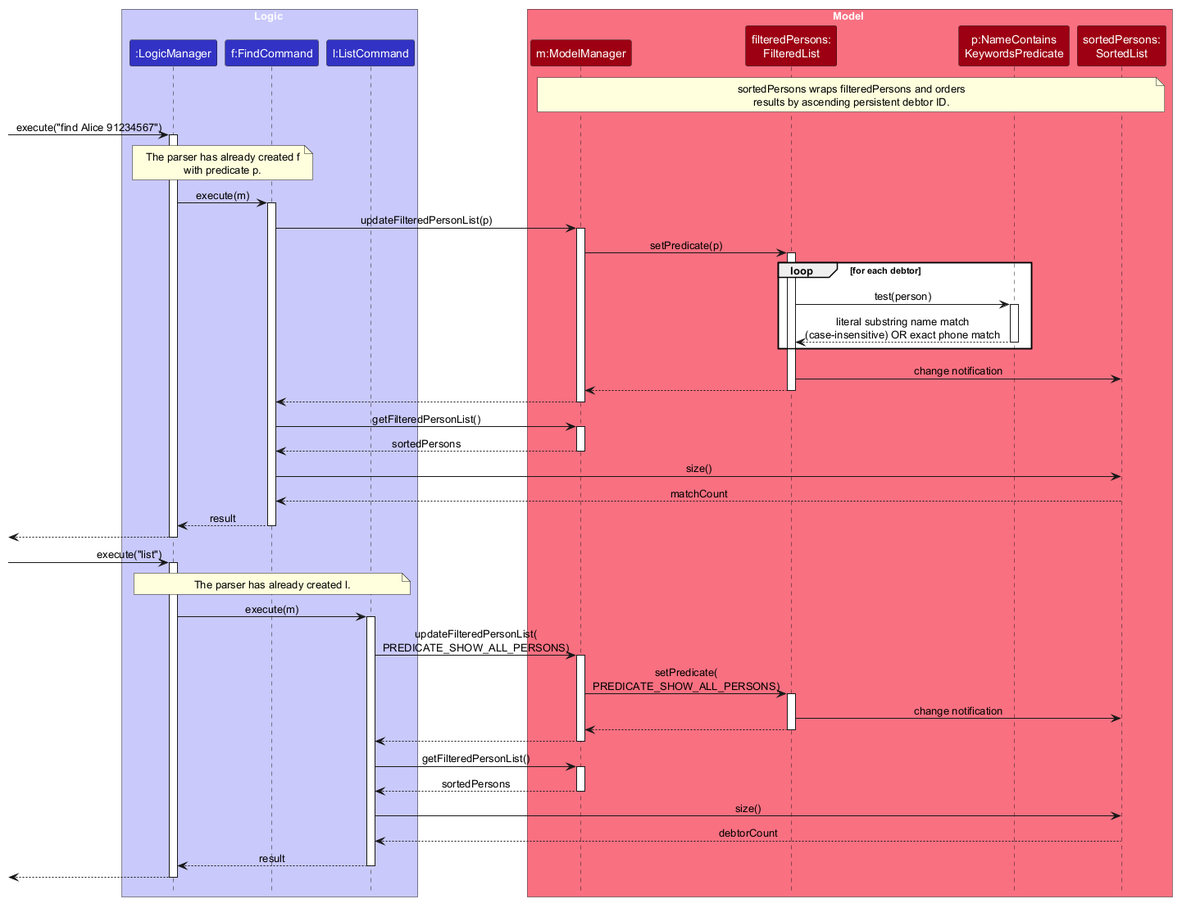
The PlantUML diagram docs/images/FindListSequenceDiagram.png in AY2627S1-CS2103T-F08-1/tp, before a commit.
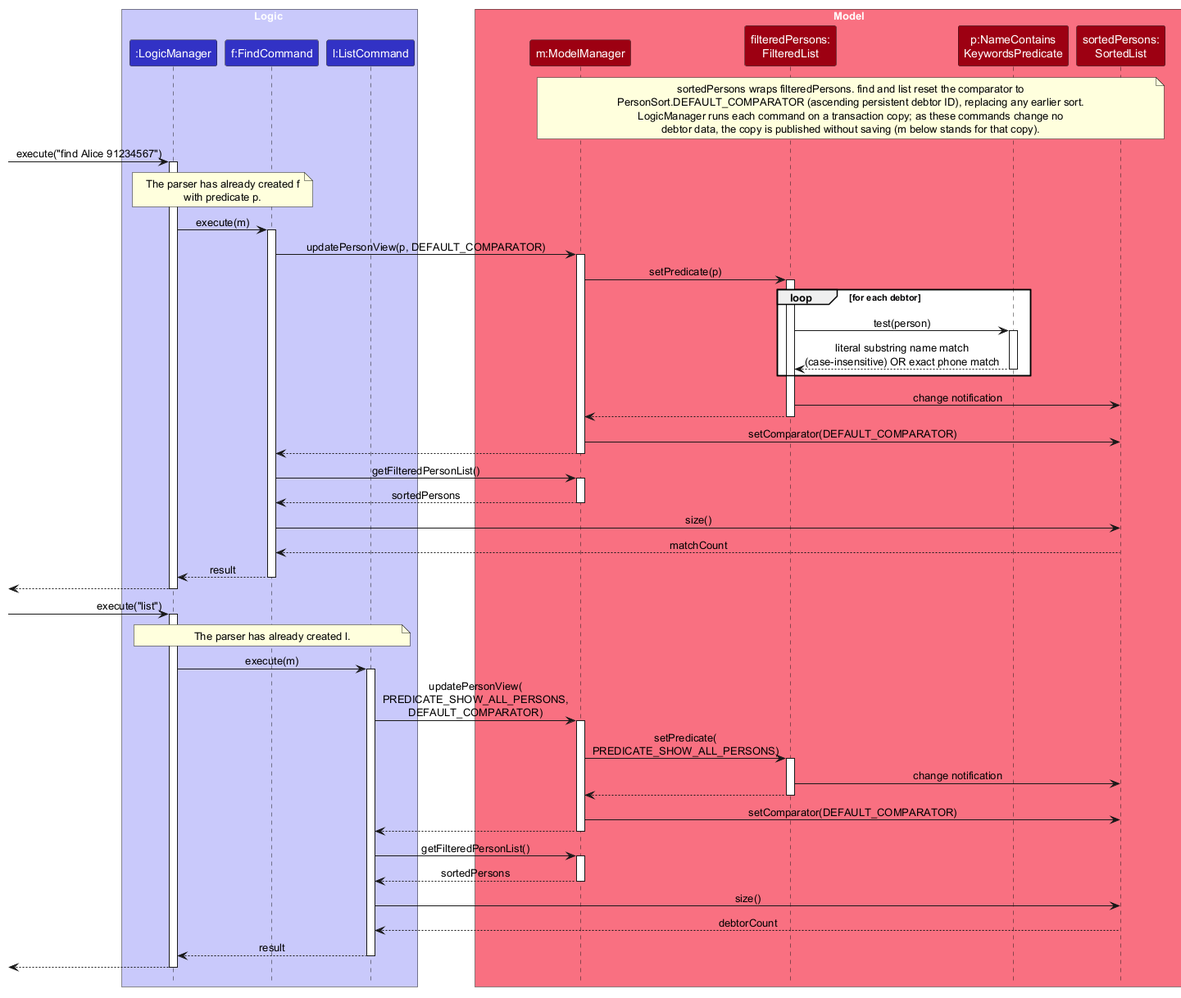
Above is the later version.

Commit message:
docs(dg): align delete, architecture and find/list diagrams with transactions and sorted views

Diff of the diagram source:
```diff
@@ -16,8 +16,10 @@
 end box
 
 note over ModelManager, SortedList
-sortedPersons wraps filteredPersons and orders
-results by ascending persistent debtor ID.
+sortedPersons wraps filteredPersons. find and list reset the comparator to
+PersonSort.DEFAULT_COMPARATOR (ascending persistent debtor ID), replacing any earlier sort.
+LogicManager runs each command on a transaction copy; as these commands change no
+debtor data, the copy is published without saving (m below stands for that copy).
 end note
 
 [-> LogicManager : execute("find Alice 91234567")
@@ -28,7 +30,7 @@
 end note
 LogicManager -> FindCommand : execute(m)
 activate FindCommand
-FindCommand -> ModelManager : updateFilteredPersonList(p)
+FindCommand -> ModelManager : updatePersonView(p, DEFAULT_COMPARATOR)
 activate ModelManager
 ModelManager -> FilteredList : setPredicate(p)
 activate FilteredList
@@ -41,6 +43,7 @@
 FilteredList -> SortedList : change notification
 FilteredList --> ModelManager
 deactivate FilteredList
+ModelManager -> SortedList : setComparator(DEFAULT_COMPARATOR)
 ModelManager --> FindCommand
 deactivate ModelManager
 FindCommand -> ModelManager : getFilteredPersonList()
@@ -61,13 +64,14 @@
 end note
 LogicManager -> ListCommand : execute(m)
 activate ListCommand
-ListCommand -> ModelManager : updateFilteredPersonList(\nPREDICATE_SHOW_ALL_PERSONS)
+ListCommand -> ModelManager : updatePersonView(\nPREDICATE_SHOW_ALL_PERSONS,\nDEFAULT_COMPARATOR)
 activate ModelManager
 ModelManager -> FilteredList : setPredicate(\nPREDICATE_SHOW_ALL_PERSONS)
 activate FilteredList
 FilteredList -> SortedList : change notification
 FilteredList --> ModelManager
 deactivate FilteredList
+ModelManager -> SortedList : setComparator(DEFAULT_COMPARATOR)
 ModelManager --> ListCommand
 deactivate ModelManager
 ListCommand -> ModelManager : getFilteredPersonList()
```
